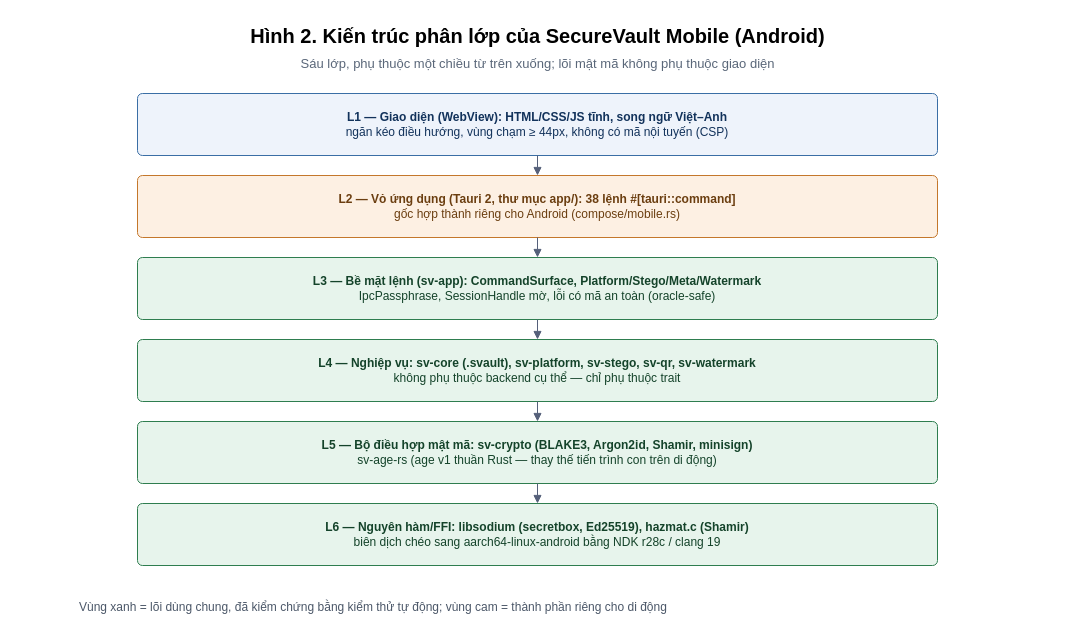
Earlier version of the draw.io diagram hoso-sang-kien/hinh-anh/drawio/H2-kien-truc-phan-lop.drawio (imtoiteu/secure-vault-research). Source tidied: cells renumbered, new cells numbered last; positions are measured from the earlier drawing's top-left corner, leaving out a move shared by most shapes. Both pictures are drawn from the tidied source at 100%, with x=0, y=0 at pixel (17, 17).
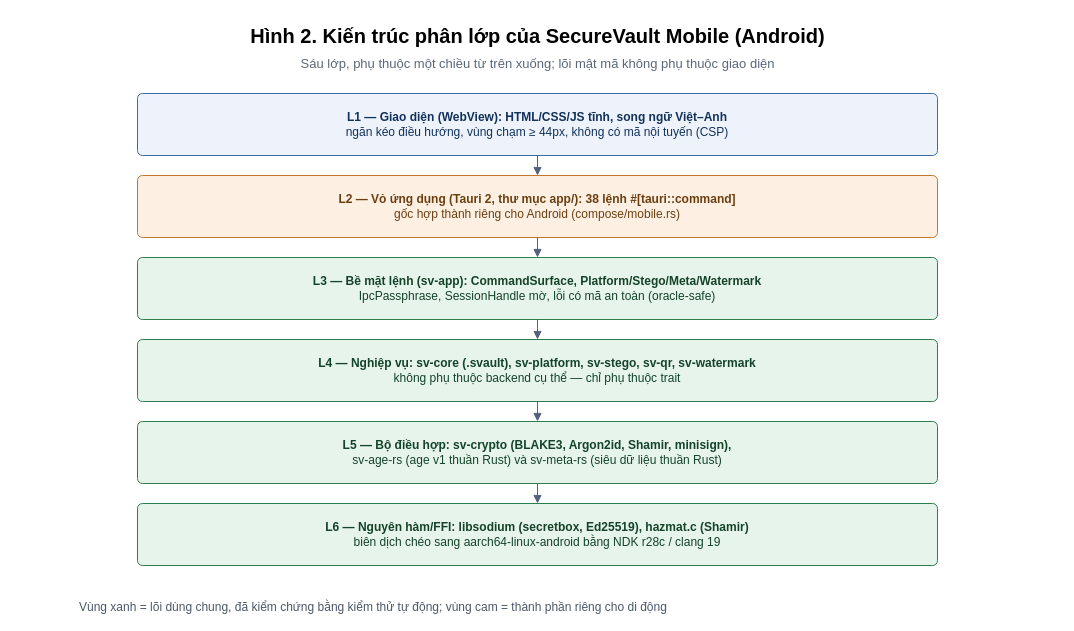
The same page after the edit.

What changed in the source:
```diff
@@
-    <mxCell id="8" value="&lt;b&gt;L5 — Bộ điều hợp mật mã: sv-crypto (BLAKE3, Argon2id, Shamir, minisign)&lt;/b&gt;&lt;br/&gt;sv-age-rs (age v1 thuần Rust — thay thế tiến trình con trên di động)" style="rounded=1;whiteSpace=wrap;html=1;fillColor=#E7F4EC;strokeColor=#2E7D4F;fontColor=#14432A;dashed=0;arcSize=8;verticalAlign=middle;" parent="1" vertex="1">
+    <mxCell id="8" value="&lt;b&gt;L5 — Bộ điều hợp: sv-crypto (BLAKE3, Argon2id, Shamir, minisign),&lt;/b&gt;&lt;br/&gt;sv-age-rs (age v1 thuần Rust) và sv-meta-rs (siêu dữ liệu thuần Rust)" style="rounded=1;whiteSpace=wrap;html=1;fillColor=#E7F4EC;strokeColor=#2E7D4F;fontColor=#14432A;dashed=0;arcSize=8;verticalAlign=middle;" parent="1" vertex="1">
       <mxGeometry x="120" y="404" width="800" height="62" as="geometry" />
     </mxCell>
```
